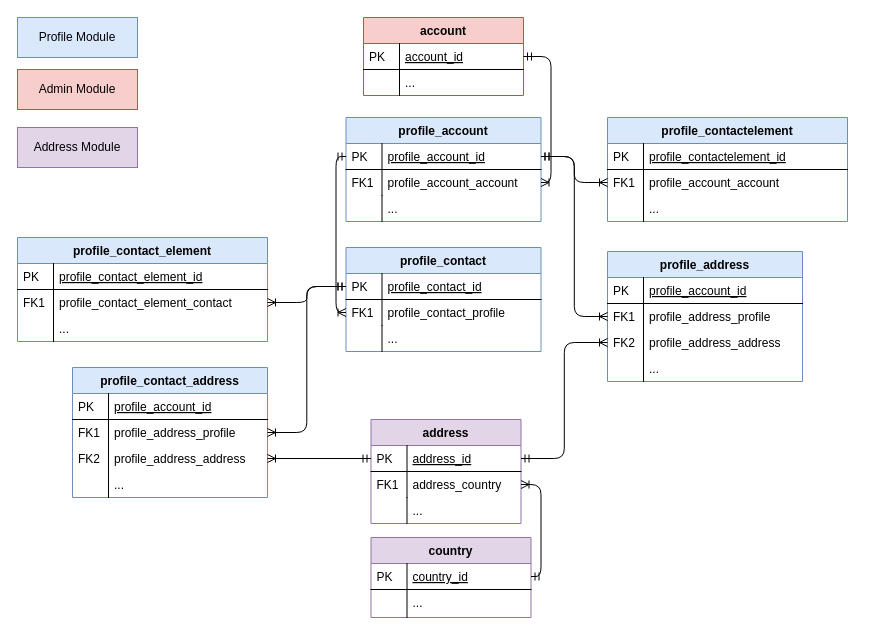
Karaka-Management/Assets keeps this draw.io diagram as page "profile" (3 of 7) of app/UML.drawio. Above is the earlier version. Source tidied: cells renumbered, new cells numbered last; positions are measured from the earlier drawing's top-left corner, leaving out a move shared by most shapes. Both pictures are drawn from the tidied source at 100%, with x=0, y=0 at pixel (17, 17).
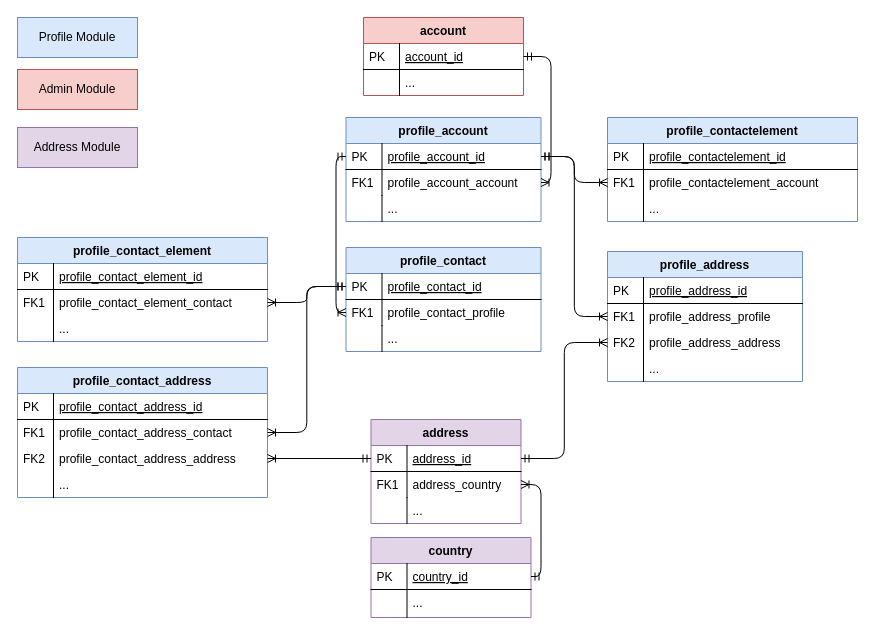
After the change.

The change refers to these unchanged cells:
```xml
<mxCell id="35" value="profile_address" style="swimlane;fontStyle=1;horizontal=1;startSize=26;rounded=0;shadow=0;strokeWidth=1;fillColor=#dae8fc;strokeColor=#6c8ebf;" parent="1" vertex="1">
  <mxGeometry x="590" y="234" width="195" height="130" as="geometry" />
</mxCell>
```

The edit, as a diff of the source:
```diff
@@
     <mxCell id="28" value="profile_contactelement" style="swimlane;fontStyle=1;horizontal=1;startSize=26;rounded=0;shadow=0;strokeWidth=1;fillColor=#dae8fc;strokeColor=#6c8ebf;" parent="1" vertex="1">
-      <mxGeometry x="590" y="100" width="240" height="104" as="geometry" />
+      <mxGeometry x="590" y="100" width="250" height="104" as="geometry" />
     </mxCell>
     <mxCell id="29" value="profile_contactelement_id" style="shape=partialRectangle;top=0;left=0;right=0;bottom=1;align=left;verticalAlign=top;fillColor=none;spacingLeft=40;spacingRight=4;overflow=hidden;rounded=0;shadow=0;strokeWidth=1;fontStyle=4;" parent="28" vertex="1">
-      <mxGeometry y="26" width="240" height="26" as="geometry" />
+      <mxGeometry y="26" width="250" height="26" as="geometry" />
     </mxCell>
@@
-    <mxCell id="31" value="profile_account_account" style="shape=partialRectangle;top=0;left=0;right=0;bottom=0;align=left;verticalAlign=top;fillColor=none;spacingLeft=40;spacingRight=4;overflow=hidden;points=[[0,0.5],[1,0.5]];portConstraint=eastwest;rounded=0;shadow=0;strokeWidth=1;" parent="28" vertex="1">
-      <mxGeometry y="52" width="240" height="26" as="geometry" />
+    <mxCell id="31" value="profile_contactelement_account" style="shape=partialRectangle;top=0;left=0;right=0;bottom=0;align=left;verticalAlign=top;fillColor=none;spacingLeft=40;spacingRight=4;overflow=hidden;points=[[0,0.5],[1,0.5]];portConstraint=eastwest;rounded=0;shadow=0;strokeWidth=1;" parent="28" vertex="1">
+      <mxGeometry y="52" width="250" height="26" as="geometry" />
     </mxCell>
@@
     <mxCell id="33" value="..." style="shape=partialRectangle;top=0;left=0;right=0;bottom=0;align=left;verticalAlign=top;fillColor=none;spacingLeft=40;spacingRight=4;overflow=hidden;rounded=0;shadow=0;strokeWidth=1;" parent="28" vertex="1">
-      <mxGeometry y="78" width="240" height="26" as="geometry" />
+      <mxGeometry y="78" width="250" height="26" as="geometry" />
     </mxCell>
@@
-    <mxCell id="36" value="profile_account_id" style="shape=partialRectangle;top=0;left=0;right=0;bottom=1;align=left;verticalAlign=top;fillColor=none;spacingLeft=40;spacingRight=4;overflow=hidden;rounded=0;shadow=0;strokeWidth=1;fontStyle=4;" parent="35" vertex="1">
+    <mxCell id="36" value="profile_address_id" style="shape=partialRectangle;top=0;left=0;right=0;bottom=1;align=left;verticalAlign=top;fillColor=none;spacingLeft=40;spacingRight=4;overflow=hidden;rounded=0;shadow=0;strokeWidth=1;fontStyle=4;" parent="35" vertex="1">
       <mxGeometry y="26" width="195" height="26" as="geometry" />
     </mxCell>
@@
     <mxCell id="66" value="profile_contact_address" style="swimlane;fontStyle=1;horizontal=1;startSize=26;rounded=0;shadow=0;strokeWidth=1;fillColor=#dae8fc;strokeColor=#6c8ebf;" parent="1" vertex="1">
-      <mxGeometry x="55" y="350" width="195" height="130" as="geometry" />
+      <mxGeometry y="350" width="250" height="130" as="geometry" />
     </mxCell>
-    <mxCell id="67" value="profile_account_id" style="shape=partialRectangle;top=0;left=0;right=0;bottom=1;align=left;verticalAlign=top;fillColor=none;spacingLeft=40;spacingRight=4;overflow=hidden;rounded=0;shadow=0;strokeWidth=1;fontStyle=4;" parent="66" vertex="1">
-      <mxGeometry y="26" width="195" height="26" as="geometry" />
+    <mxCell id="67" value="profile_contact_address_id" style="shape=partialRectangle;top=0;left=0;right=0;bottom=1;align=left;verticalAlign=top;fillColor=none;spacingLeft=40;spacingRight=4;overflow=hidden;rounded=0;shadow=0;strokeWidth=1;fontStyle=4;" parent="66" vertex="1">
+      <mxGeometry y="26" width="250" height="26" as="geometry" />
     </mxCell>
@@
-    <mxCell id="69" value="profile_address_profile" style="shape=partialRectangle;top=0;left=0;right=0;bottom=0;align=left;verticalAlign=top;fillColor=none;spacingLeft=40;spacingRight=4;overflow=hidden;points=[[0,0.5],[1,0.5]];portConstraint=eastwest;rounded=0;shadow=0;strokeWidth=1;" parent="66" vertex="1">
-      <mxGeometry y="52" width="195" height="26" as="geometry" />
+    <mxCell id="69" value="profile_contact_address_contact" style="shape=partialRectangle;top=0;left=0;right=0;bottom=0;align=left;verticalAlign=top;fillColor=none;spacingLeft=40;spacingRight=4;overflow=hidden;points=[[0,0.5],[1,0.5]];portConstraint=eastwest;rounded=0;shadow=0;strokeWidth=1;" parent="66" vertex="1">
+      <mxGeometry y="52" width="250" height="26" as="geometry" />
     </mxCell>
@@
-    <mxCell id="71" value="profile_address_address" style="shape=partialRectangle;top=0;left=0;right=0;bottom=0;align=left;verticalAlign=top;fillColor=none;spacingLeft=40;spacingRight=4;overflow=hidden;points=[[0,0.5],[1,0.5]];portConstraint=eastwest;rounded=0;shadow=0;strokeWidth=1;" parent="66" vertex="1">
-      <mxGeometry y="78" width="195" height="26" as="geometry" />
+    <mxCell id="71" value="profile_contact_address_address" style="shape=partialRectangle;top=0;left=0;right=0;bottom=0;align=left;verticalAlign=top;fillColor=none;spacingLeft=40;spacingRight=4;overflow=hidden;points=[[0,0.5],[1,0.5]];portConstraint=eastwest;rounded=0;shadow=0;strokeWidth=1;" parent="66" vertex="1">
+      <mxGeometry y="78" width="250" height="26" as="geometry" />
     </mxCell>
@@
     <mxCell id="73" value="..." style="shape=partialRectangle;top=0;left=0;right=0;bottom=0;align=left;verticalAlign=top;fillColor=none;spacingLeft=40;spacingRight=4;overflow=hidden;rounded=0;shadow=0;strokeWidth=1;" parent="66" vertex="1">
-      <mxGeometry y="104" width="195" height="26" as="geometry" />
+      <mxGeometry y="104" width="250" height="26" as="geometry" />
     </mxCell>
```
